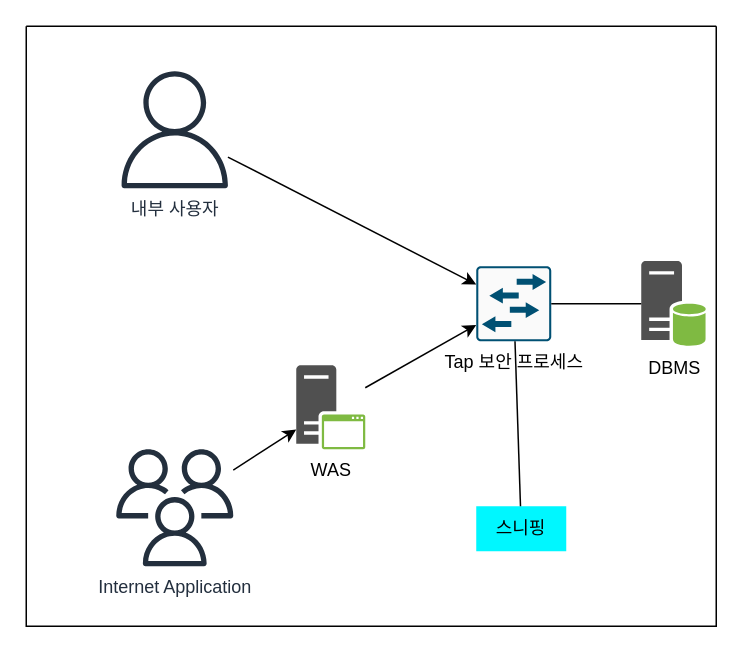
The draw.io diagram study_architecture.drawio in GyuminGomin/Architecture, before the edit. Source tidied: cells renumbered, new cells numbered last; positions are measured from the earlier drawing's top-left corner, leaving out a move shared by most shapes. Both pictures are drawn from the tidied source at 150%, with x=0, y=0 at pixel (26, 26).
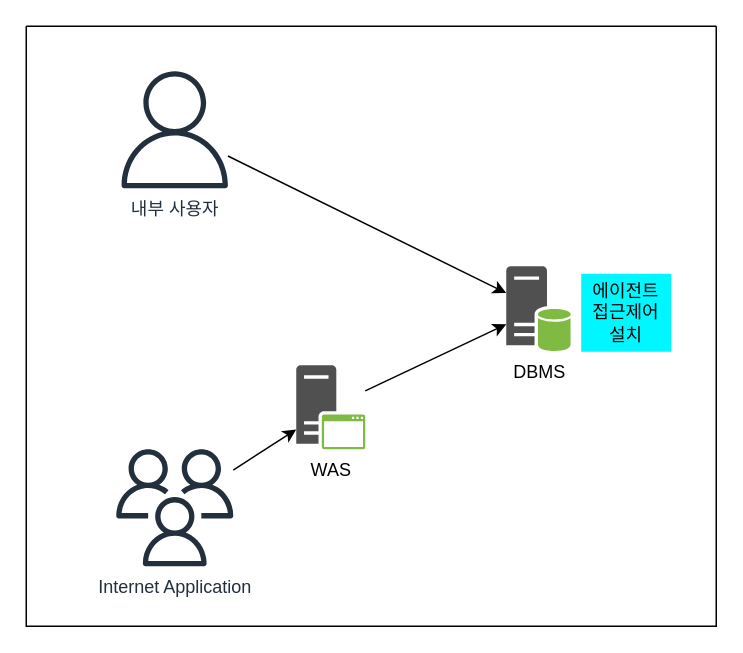
The same page after the edit.

Change to the diagram source:
```diff
@@
 <mxGraphModel>
   <root>
     <mxCell id="0" />
     <mxCell id="1" parent="0" />
     <mxCell id="2" style="swimlane;startSize=0;" parent="1" vertex="1">
       <mxGeometry width="460" height="400" as="geometry" />
     </mxCell>
-    <mxCell id="3" style="rounded=0;jettySize=auto;html=1;" parent="2" edge="1" source="4" target="9">
+    <mxCell id="3" style="rounded=0;jettySize=auto;html=1;" parent="2" edge="1" source="4" target="12">
       <mxGeometry relative="1" as="geometry" />
     </mxCell>
     <mxCell id="4" value="내부 사용자" style="sketch=0;outlineConnect=0;fontColor=#232F3E;gradientColor=none;fillColor=#232F3D;strokeColor=none;dashed=0;verticalLabelPosition=bottom;verticalAlign=top;align=center;html=1;fontSize=12;fontStyle=0;shape=mxgraph.aws4.user;" parent="2" vertex="1">
       <mxGeometry x="60" y="30" width="78" height="78" as="geometry" />
     </mxCell>
     <mxCell id="5" style="rounded=0;jettySize=auto;html=1;" parent="2" edge="1" source="6" target="8">
       <mxGeometry relative="1" as="geometry" />
     </mxCell>
     <mxCell id="6" value="Internet Application" style="sketch=0;outlineConnect=0;fontColor=#232F3E;gradientColor=none;fillColor=#232F3D;strokeColor=none;dashed=0;verticalLabelPosition=bottom;verticalAlign=top;align=center;html=1;fontSize=12;fontStyle=0;shape=mxgraph.aws4.users;" parent="2" vertex="1">
       <mxGeometry x="60" y="282" width="78" height="78" as="geometry" />
     </mxCell>
-    <mxCell id="7" style="rounded=0;jettySize=auto;html=1;" parent="2" edge="1" source="8" target="9">
+    <mxCell id="7" style="rounded=0;jettySize=auto;html=1;" parent="2" edge="1" source="8" target="12">
       <mxGeometry relative="1" as="geometry" />
     </mxCell>
     <mxCell id="8" value="WAS" style="sketch=0;shadow=0;dashed=0;html=1;strokeColor=none;fillColor=#505050;labelPosition=center;verticalLabelPosition=bottom;verticalAlign=top;outlineConnect=0;align=center;shape=mxgraph.office.servers.application_server_green;" parent="2" vertex="1">
       <mxGeometry x="180" y="226" width="46" height="56" as="geometry" />
     </mxCell>
-    <mxCell id="9" value="Tap 보안 프로세스" style="sketch=0;points=[[0.015,0.015,0],[0.985,0.015,0],[0.985,0.985,0],[0.015,0.985,0],[0.25,0,0],[0.5,0,0],[0.75,0,0],[1,0.25,0],[1,0.5,0],[1,0.75,0],[0.75,1,0],[0.5,1,0],[0.25,1,0],[0,0.75,0],[0,0.5,0],[0,0.25,0]];verticalLabelPosition=bottom;html=1;verticalAlign=top;align=center;shape=mxgraph.cisco19.rect;prIcon=l2_switch;fillColor=#FAFAFA;strokeColor=#005073;" parent="2" vertex="1">
-      <mxGeometry x="300" y="160" width="50" height="50" as="geometry" />
-    </mxCell>
-    <mxCell id="10" value="스니핑" style="text;html=1;strokeColor=none;fillColor=#00F7FF;align=center;verticalAlign=middle;whiteSpace=wrap;rounded=0;" parent="2" vertex="1">
-      <mxGeometry x="300" y="320" width="60" height="30" as="geometry" />
-    </mxCell>
-    <mxCell id="11" style="endArrow=none;html=1;rounded=0;" parent="2" edge="1" source="10" target="9">
-      <mxGeometry relative="1" as="geometry" />
-    </mxCell>
     <mxCell id="12" value="DBMS" style="sketch=0;shadow=0;dashed=0;html=1;strokeColor=none;fillColor=#505050;labelPosition=center;verticalLabelPosition=bottom;verticalAlign=top;outlineConnect=0;align=center;shape=mxgraph.office.databases.database_server_green;" parent="2" vertex="1">
-      <mxGeometry x="410" y="156.5" width="43" height="57" as="geometry" />
+      <mxGeometry x="320" y="160" width="43" height="57" as="geometry" />
     </mxCell>
-    <mxCell id="13" style="endArrow=none;html=1;rounded=0;" parent="2" edge="1" source="9" target="12">
-      <mxGeometry relative="1" as="geometry" />
-    </mxCell>
+    <mxCell id="14" value="에이전트 접근제어 설치" style="text;html=1;strokeColor=none;fillColor=#00F7FF;align=center;verticalAlign=middle;whiteSpace=wrap;rounded=0;" parent="2" vertex="1">
+      <mxGeometry x="370" y="165" width="60" height="52" as="geometry" />
+    </mxCell>
   </root>
 </mxGraphModel>
```
